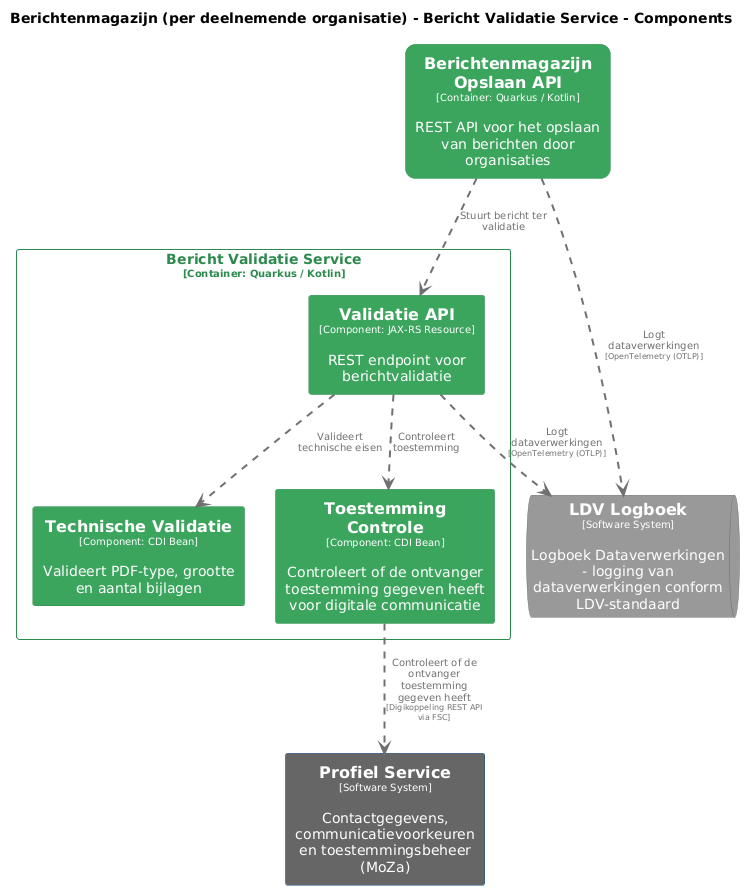
Above: pr-preview/pr-22/master/png/BerichtValidatieComponenten.png in MinBZK/moza-poc-fbs-berichtenbox (PlantUML), before the change.
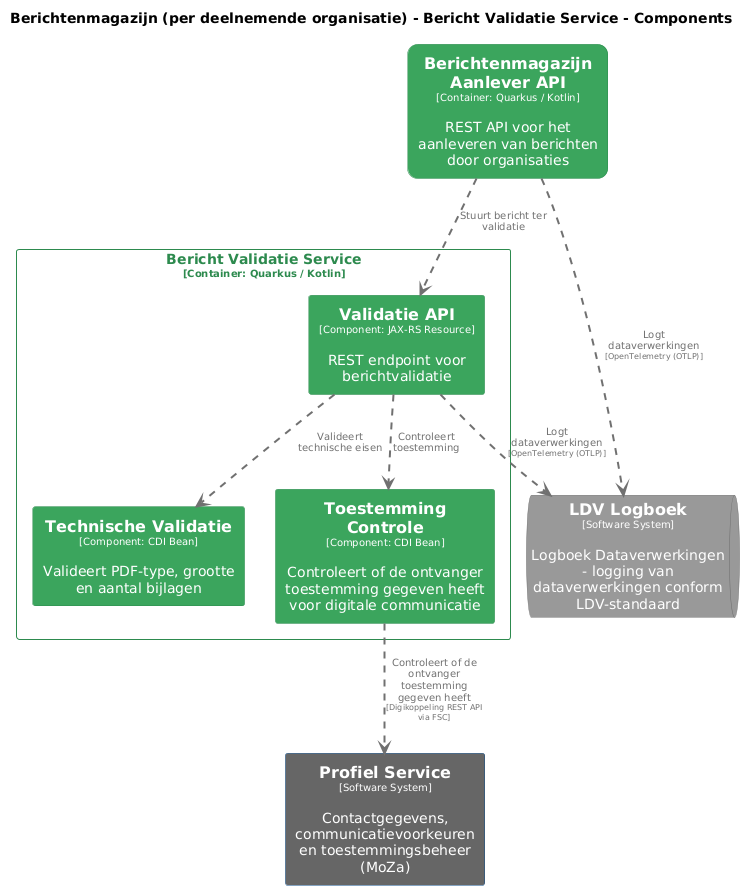
The same diagram one commit later.

Change to the diagram source:
```diff
@@ -15,7 +15,7 @@
 
 hide stereotype
 
-skinparam rectangle<<Berichtenmagazijnperdeelnemendeorganisatie.BerichtenmagazijnOpslaanAPI>> {
+skinparam rectangle<<Berichtenmagazijnperdeelnemendeorganisatie.BerichtenmagazijnAanleverAPI>> {
   BackgroundColor #3ba55d
   FontColor #ffffff
   BorderColor #2d8a4e
@@ -59,7 +59,7 @@
 }
 
 rectangle "==Profiel Service\n<size:10>[Software System]</size>\n\nContactgegevens, communicatievoorkeuren en toestemmingsbeheer (MoZa)" <<ProfielService>> as ProfielService
-rectangle "==Berichtenmagazijn Opslaan API\n<size:10>[Container: Quarkus / Kotlin]</size>\n\nREST API voor het opslaan van berichten door organisaties" <<Berichtenmagazijnperdeelnemendeorganisatie.BerichtenmagazijnOpslaanAPI>> as Berichtenmagazijnperdeelnemendeorganisatie.BerichtenmagazijnOpslaanAPI
+rectangle "==Berichtenmagazijn Aanlever API\n<size:10>[Container: Quarkus / Kotlin]</size>\n\nREST API voor het aanleveren van berichten door organisaties" <<Berichtenmagazijnperdeelnemendeorganisatie.BerichtenmagazijnAanleverAPI>> as Berichtenmagazijnperdeelnemendeorganisatie.BerichtenmagazijnAanleverAPI
 queue "==LDV Logboek\n<size:10>[Software System]</size>\n\nLogboek Dataverwerkingen - logging van dataverwerkingen conform LDV-standaard" <<LDVLogboek>> as LDVLogboek
 
 rectangle "Bericht Validatie Service\n<size:10>[Container: Quarkus / Kotlin]</size>" <<Berichtenmagazijnperdeelnemendeorganisatie.BerichtValidatieService>> {
@@ -68,10 +68,10 @@
   rectangle "==Toestemming Controle\n<size:10>[Component: CDI Bean]</size>\n\nControleert of de ontvanger toestemming gegeven heeft voor digitale communicatie" <<Berichtenmagazijnperdeelnemendeorganisatie.BerichtValidatieService.ToestemmingControle>> as Berichtenmagazijnperdeelnemendeorganisatie.BerichtValidatieService.ToestemmingControle
 }
 
-Berichtenmagazijnperdeelnemendeorganisatie.BerichtenmagazijnOpslaanAPI .[#707070,thickness=2].> LDVLogboek : "<color:#707070>Logt dataverwerkingen\n<color:#707070><size:8>[OpenTelemetry (OTLP)]</size>"
+Berichtenmagazijnperdeelnemendeorganisatie.BerichtenmagazijnAanleverAPI .[#707070,thickness=2].> LDVLogboek : "<color:#707070>Logt dataverwerkingen\n<color:#707070><size:8>[OpenTelemetry (OTLP)]</size>"
 Berichtenmagazijnperdeelnemendeorganisatie.BerichtValidatieService.ValidatieAPI .[#707070,thickness=2].> LDVLogboek : "<color:#707070>Logt dataverwerkingen\n<color:#707070><size:8>[OpenTelemetry (OTLP)]</size>"
 Berichtenmagazijnperdeelnemendeorganisatie.BerichtValidatieService.ValidatieAPI .[#707070,thickness=2].> Berichtenmagazijnperdeelnemendeorganisatie.BerichtValidatieService.TechnischeValidatie : "<color:#707070>Valideert technische eisen"
 Berichtenmagazijnperdeelnemendeorganisatie.BerichtValidatieService.ValidatieAPI .[#707070,thickness=2].> Berichtenmagazijnperdeelnemendeorganisatie.BerichtValidatieService.ToestemmingControle : "<color:#707070>Controleert toestemming"
-Berichtenmagazijnperdeelnemendeorganisatie.BerichtenmagazijnOpslaanAPI .[#707070,thickness=2].> Berichtenmagazijnperdeelnemendeorganisatie.BerichtValidatieService.ValidatieAPI : "<color:#707070>Stuurt bericht ter validatie"
+Berichtenmagazijnperdeelnemendeorganisatie.BerichtenmagazijnAanleverAPI .[#707070,thickness=2].> Berichtenmagazijnperdeelnemendeorganisatie.BerichtValidatieService.ValidatieAPI : "<color:#707070>Stuurt bericht ter validatie"
 Berichtenmagazijnperdeelnemendeorganisatie.BerichtValidatieService.ToestemmingControle .[#707070,thickness=2].> ProfielService : "<color:#707070>Controleert of de ontvanger toestemming gegeven heeft\n<color:#707070><size:8>[Digikoppeling REST API via FSC]</size>"
 @enduml
```
